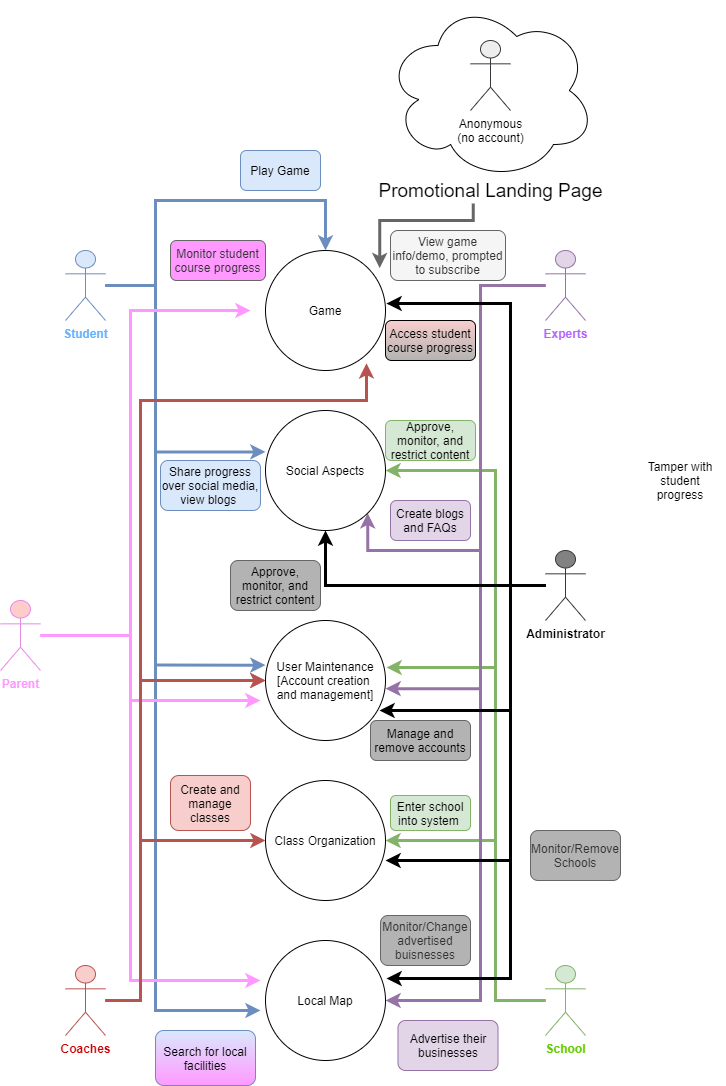
This is Deliverables/Week_2/Use Cases.png from Hanandrof/Group-3-Repository, a draw.io export, as it was before one commit. Source tidied: cells renumbered, new cells last; positions are measured from the earlier drawing's top-left corner, leaving out a move shared by most shapes.
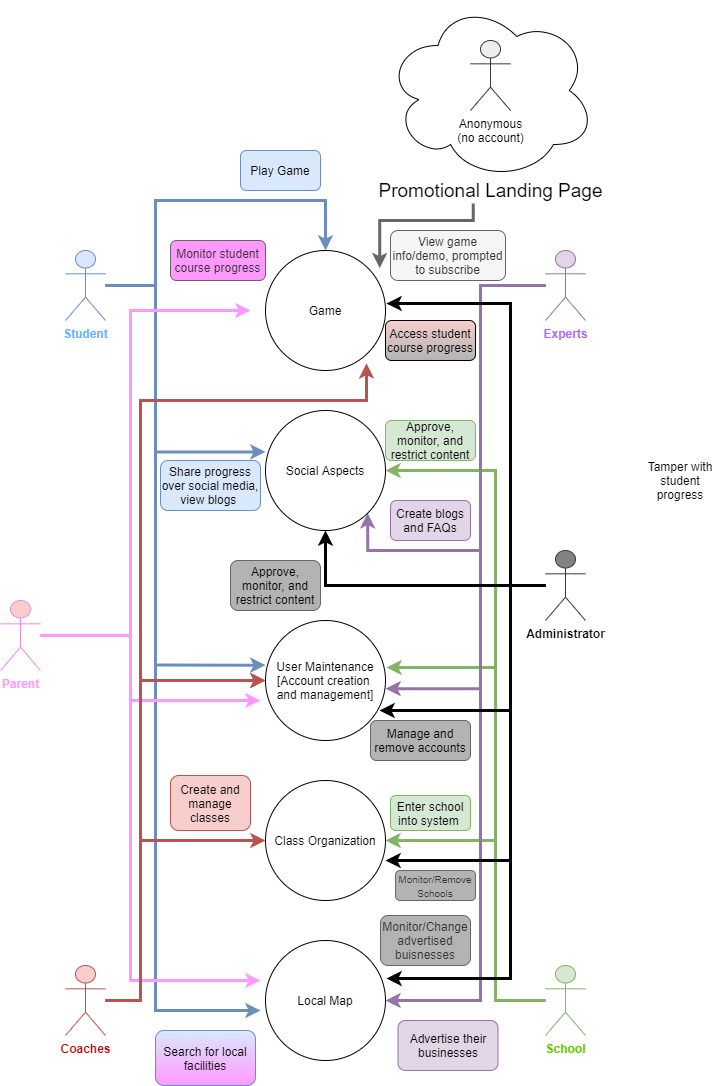
Above is the later version.

The edit, as a diff of the source:
```diff
@@ -261,8 +261,8 @@
     <mxCell id="48" value="Monitor/Change advertised buisnesses" style="text;html=1;strokeColor=#666666;align=center;verticalAlign=middle;whiteSpace=wrap;rounded=1;fontColor=#333333;fillColor=#B3B3B3;" parent="1" vertex="1">
       <mxGeometry x="380" y="915" width="90" height="50" as="geometry" />
     </mxCell>
-    <mxCell id="49" value="Monitor/Remove Schools" style="text;html=1;strokeColor=#666666;align=center;verticalAlign=middle;whiteSpace=wrap;rounded=1;fontColor=#333333;fillColor=#B3B3B3;" parent="1" vertex="1">
-      <mxGeometry x="530" y="830" width="90" height="50" as="geometry" />
+    <mxCell id="49" value="&lt;font style=&quot;font-size: 10px&quot;&gt;Monitor/Remove Schools&lt;/font&gt;" style="text;html=1;strokeColor=#666666;align=center;verticalAlign=middle;whiteSpace=wrap;rounded=1;fontColor=#333333;fillColor=#B3B3B3;" parent="1" vertex="1">
+      <mxGeometry x="395" y="870" width="80" height="30" as="geometry" />
     </mxCell>
     <mxCell id="50" value="&lt;span style=&quot;color: rgb(0 , 0 , 0)&quot;&gt;Approve, monitor, and restrict content&lt;/span&gt;" style="text;html=1;strokeColor=#666666;align=center;verticalAlign=middle;whiteSpace=wrap;rounded=1;fontColor=#333333;fillColor=#B3B3B3;" parent="1" vertex="1">
       <mxGeometry x="230" y="560" width="90" height="50" as="geometry" />
```
